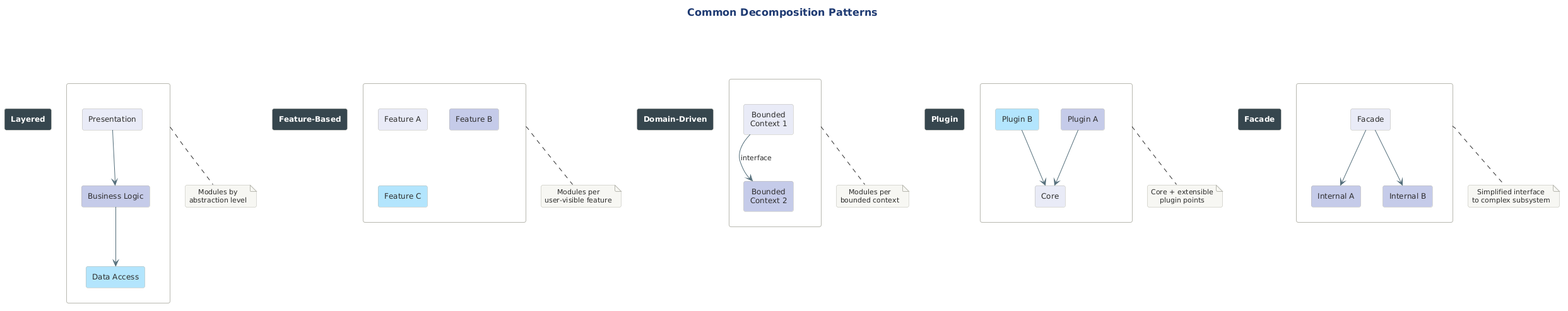
This is src/architecture/views-and-beyond/style-catalogs/module/decomposition-style/png/08-common-patterns.png from Notoriousjayy/latex-docs, a PlantUML export, as it was before one commit.
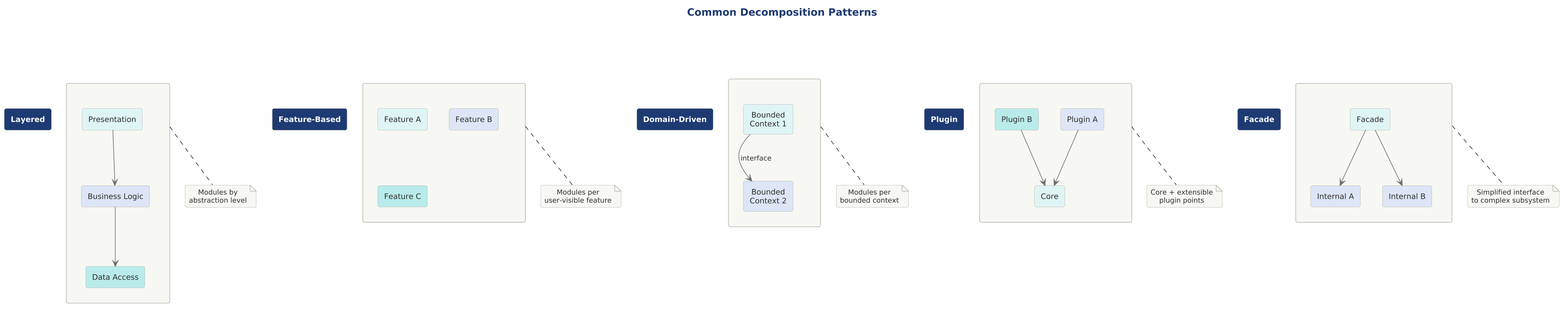
After the commit.

Change to the diagram source:
```diff
@@ -1,17 +1,21 @@
 @startuml 08-common-patterns
+
+skinparam dpi 150
+
+
+
 !include ../../../../../../tooling/styles/plantuml/structural/component-diagram-style.iuml
-
 
 title Common Decomposition Patterns
 
 together {
-  rectangle "**Layered**" as lay_t #37474F;text:white
-  rectangle " " as lay #FFFFFF {
-    rectangle "Presentation" as l1 #E8EAF6
-    rectangle "Business Logic" as l2 #C5CAE9
-    rectangle "Data Access" as l3 #B3E5FC
-    l1 -[#546E7A]-> l2
-    l2 -[#546E7A]-> l3
+  rectangle "**Layered**" as lay_t $line_primary;text:$theme_on_dark
+  rectangle " " as lay $theme_surface {
+    rectangle "Presentation" as l1 $fill_dynamic
+    rectangle "Business Logic" as l2 $fill_primary
+    rectangle "Data Access" as l3 $deep_dynamic
+    l1 -[$line_neutral]-> l2
+    l2 -[$line_neutral]-> l3
   }
   note bottom of lay
     Modules by
@@ -20,11 +24,11 @@
 }
 
 together {
-  rectangle "**Feature-Based**" as feat_t #37474F;text:white
-  rectangle " " as feat #FFFFFF {
-    rectangle "Feature A" as f1 #E8EAF6
-    rectangle "Feature B" as f2 #C5CAE9
-    rectangle "Feature C" as f3 #B3E5FC
+  rectangle "**Feature-Based**" as feat_t $line_primary;text:$theme_on_dark
+  rectangle " " as feat $theme_surface {
+    rectangle "Feature A" as f1 $fill_dynamic
+    rectangle "Feature B" as f2 $fill_primary
+    rectangle "Feature C" as f3 $deep_dynamic
   }
   note bottom of feat
     Modules per
@@ -33,11 +37,11 @@
 }
 
 together {
-  rectangle "**Domain-Driven**" as ddd_t #37474F;text:white
-  rectangle " " as ddd #FFFFFF {
-    rectangle "Bounded\nContext 1" as d1 #E8EAF6
-    rectangle "Bounded\nContext 2" as d2 #C5CAE9
-    d1 -[#546E7A]-> d2 : interface
+  rectangle "**Domain-Driven**" as ddd_t $line_primary;text:$theme_on_dark
+  rectangle " " as ddd $theme_surface {
+    rectangle "Bounded\nContext 1" as d1 $fill_dynamic
+    rectangle "Bounded\nContext 2" as d2 $fill_primary
+    d1 -[$line_neutral]-> d2 : interface
   }
   note bottom of ddd
     Modules per
@@ -46,13 +50,13 @@
 }
 
 together {
-  rectangle "**Plugin**" as plug_t #37474F;text:white
-  rectangle " " as plug #FFFFFF {
-    rectangle "Core" as p1 #E8EAF6
-    rectangle "Plugin A" as p2 #C5CAE9
-    rectangle "Plugin B" as p3 #B3E5FC
-    p2 -[#546E7A]-> p1
-    p3 -[#546E7A]-> p1
+  rectangle "**Plugin**" as plug_t $line_primary;text:$theme_on_dark
+  rectangle " " as plug $theme_surface {
+    rectangle "Core" as p1 $fill_dynamic
+    rectangle "Plugin A" as p2 $fill_primary
+    rectangle "Plugin B" as p3 $deep_dynamic
+    p2 -[$line_neutral]-> p1
+    p3 -[$line_neutral]-> p1
   }
   note bottom of plug
     Core + extensible
@@ -61,13 +65,13 @@
 }
 
 together {
-  rectangle "**Facade**" as fac_t #37474F;text:white
-  rectangle " " as fac #FFFFFF {
-    rectangle "Facade" as fa1 #E8EAF6
-    rectangle "Internal A" as fa2 #C5CAE9
-    rectangle "Internal B" as fa3 #C5CAE9
-    fa1 -[#546E7A]-> fa2
-    fa1 -[#546E7A]-> fa3
+  rectangle "**Facade**" as fac_t $line_primary;text:$theme_on_dark
+  rectangle " " as fac $theme_surface {
+    rectangle "Facade" as fa1 $fill_dynamic
+    rectangle "Internal A" as fa2 $fill_primary
+    rectangle "Internal B" as fa3 $fill_primary
+    fa1 -[$line_neutral]-> fa2
+    fa1 -[$line_neutral]-> fa3
   }
   note bottom of fac
     Simplified interface
```
